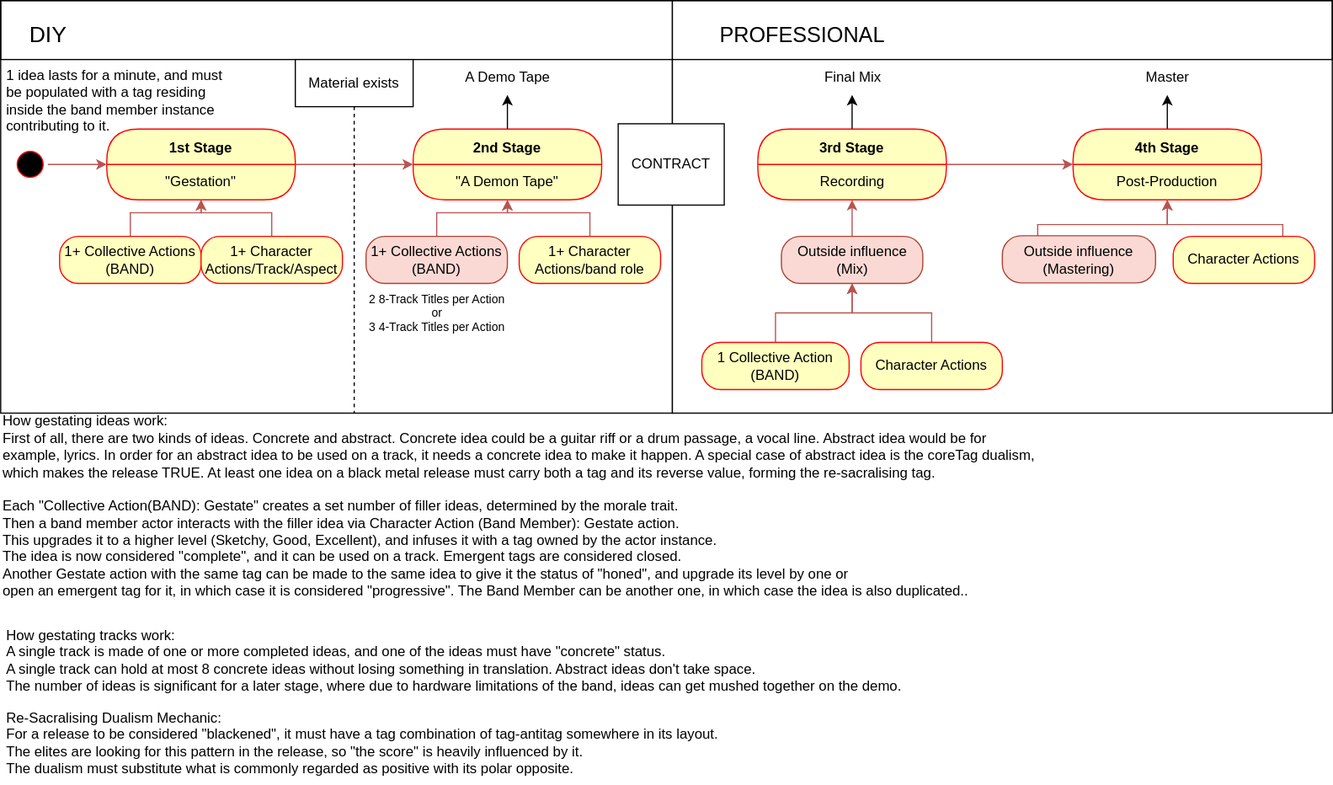
This is TheProspector/Assets/Schematics/Record.svg from SakuNurmiranta/TheProspector, a draw.io export, as it was before one commit. Source tidied: cells renumbered, new cells last; positions are measured from the earlier drawing's top-left corner, leaving out a move shared by most shapes.
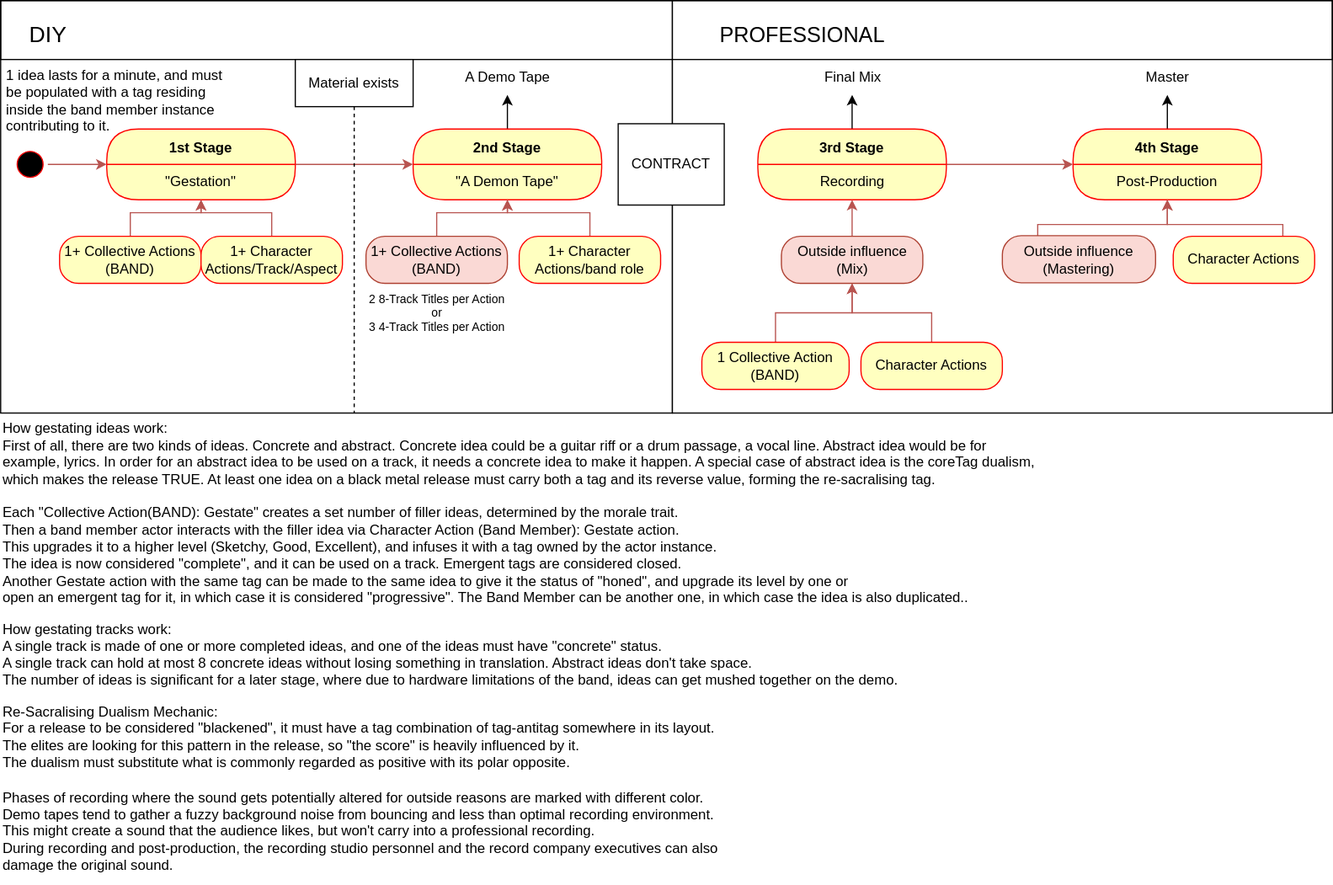
The same diagram one commit later.

What changed in the source:
```diff
@@ -155,13 +155,16 @@
       <mxGeometry x="3" y="50" width="210" height="70" as="geometry" />
     </mxCell>
     <mxCell id="48" value="How gestating ideas work:&lt;br&gt;First of all, there are two kinds of ideas. Concrete and abstract. Concrete idea could be a guitar riff or a drum passage, a vocal line. Abstract idea would be for&lt;br&gt;example, lyrics. In order for an abstract idea to be used on a track, it needs a concrete idea to make it happen. A special case of abstract idea is the coreTag dualism, &lt;br&gt;which makes the release TRUE. At least one idea on a black metal release must carry both a tag and its reverse value, forming the re-sacralising tag.&lt;br&gt;&lt;br&gt;Each &quot;Collective Action(BAND): Gestate&quot; creates a set number of filler ideas, determined by the morale trait.&lt;br&gt;Then a band member actor interacts with the filler idea via Character Action (Band Member): Gestate action. &lt;br&gt;This upgrades it to a higher level (Sketchy, Good, Excellent), and infuses it with a tag owned by the actor instance.&lt;br&gt;The idea is now considered &quot;complete&quot;, and it can be used on a track. Emergent tags are considered closed.&lt;br&gt;Another Gestate action with the same tag can be made to the same idea to give it the status of &quot;honed&quot;, and upgrade its level by one or&lt;br&gt;open an emergent tag for it, in which case it is considered &quot;progressive&quot;. The Band Member can be another one, in which case the idea is also duplicated..&amp;nbsp;" style="text;html=1;align=left;verticalAlign=middle;strokeColor=none;fillColor=none;" parent="1" vertex="1">
-      <mxGeometry y="344" width="900" height="170" as="geometry" />
+      <mxGeometry y="350" width="900" height="170" as="geometry" />
     </mxCell>
     <mxCell id="49" value="How gestating tracks work:&lt;br&gt;A single track is made of one or more completed ideas, and one of the ideas must have &quot;concrete&quot; status. &lt;br&gt;A single track can hold at most 8 concrete ideas without losing something in translation. Abstract ideas don't take space. &lt;br&gt;The number of ideas is significant for a later stage, where due to hardware limitations of the band, ideas can get mushed together on the demo." style="text;html=1;align=left;verticalAlign=middle;strokeColor=none;fillColor=none;" parent="1" vertex="1">
-      <mxGeometry x="3" y="525" width="780" height="70" as="geometry" />
+      <mxGeometry y="520" width="780" height="70" as="geometry" />
     </mxCell>
     <mxCell id="50" value="Re-Sacralising Dualism Mechanic:&amp;nbsp;&lt;br&gt;For a release to be considered &quot;blackened&quot;, it must have a tag combination of tag-antitag somewhere in its layout. &lt;br&gt;The elites are looking for this pattern in the release, so &quot;the score&quot; is heavily influenced by it. &lt;br&gt;The dualism must substitute what is commonly regarded as positive with its polar opposite." style="text;html=1;align=left;verticalAlign=middle;strokeColor=none;fillColor=none;" parent="1" vertex="1">
-      <mxGeometry x="3" y="595" width="630" height="70" as="geometry" />
+      <mxGeometry y="590" width="630" height="70" as="geometry" />
     </mxCell>
+    <mxCell id="51" value="Phases of recording where the sound gets potentially altered for outside reasons are marked with different color. &lt;br&gt;Demo tapes tend to gather a fuzzy background noise from bouncing and less than optimal recording environment. &lt;br&gt;This might create a sound that the audience likes, but won't carry into a professional recording. &lt;br&gt;During recording and post-production, the recording studio personnel and the record company executives can also&lt;br&gt;damage the original sound." style="text;html=1;align=left;verticalAlign=middle;strokeColor=none;fillColor=none;" parent="1" vertex="1">
+      <mxGeometry y="660" width="630" height="90" as="geometry" />
+    </mxCell>
   </root>
 </mxGraphModel>
```
